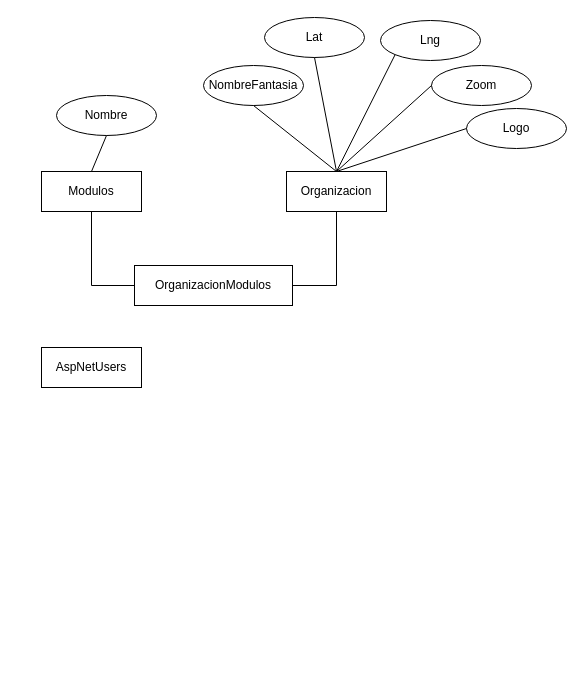
Above: Diagrama sin título.drawio in notariopablomarcelo/agata (draw.io), before the change. Source tidied: cells renumbered, new cells numbered last; positions are measured from the earlier drawing's top-left corner, leaving out a move shared by most shapes. Both pictures are drawn from the tidied source at 100%, with x=0, y=0 at pixel (41, 17).
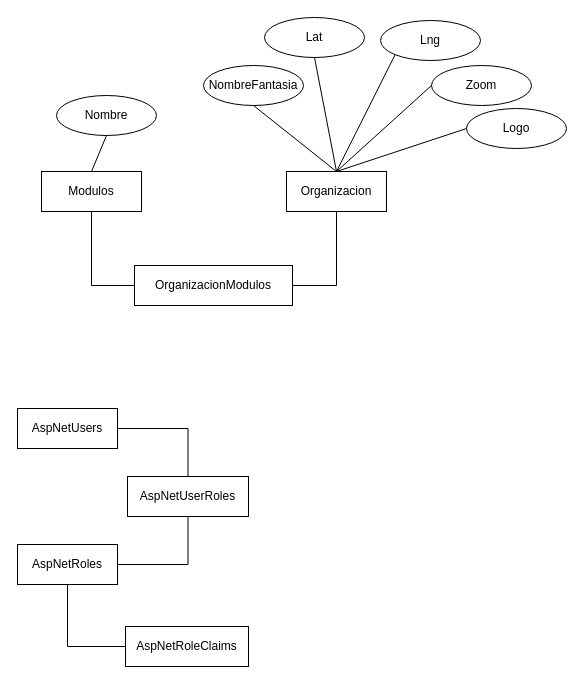
Above is the later version.

What changed in the source:
```diff
@@
     <mxCell id="16" value="AspNetUsers" style="whiteSpace=wrap;html=1;align=center;" parent="1" vertex="1">
-      <mxGeometry y="330" width="100" height="40" as="geometry" />
+      <mxGeometry x="-24" y="391" width="100" height="40" as="geometry" />
     </mxCell>
@@
+    <mxCell id="20" value="AspNetRoles" style="whiteSpace=wrap;html=1;align=center;" parent="1" vertex="1">
+      <mxGeometry x="-24" y="527" width="100" height="40" as="geometry" />
+    </mxCell>
+    <mxCell id="21" value="AspNetUserRoles" style="whiteSpace=wrap;html=1;align=center;" parent="1" vertex="1">
+      <mxGeometry x="86" y="459" width="121" height="40" as="geometry" />
+    </mxCell>
+    <mxCell id="22" value="AspNetRoleClaims" style="whiteSpace=wrap;html=1;align=center;" parent="1" vertex="1">
+      <mxGeometry x="84" y="609" width="123" height="40" as="geometry" />
+    </mxCell>
+    <mxCell id="23" style="endArrow=none;html=1;rounded=0;exitX=0.5;exitY=0;exitDx=0;exitDy=0;entryX=1;entryY=0.5;entryDx=0;entryDy=0;edgeStyle=orthogonalEdgeStyle;" parent="1" edge="1" source="21" target="16">
+      <mxGeometry relative="1" as="geometry" />
+    </mxCell>
+    <mxCell id="24" style="endArrow=none;html=1;rounded=0;exitX=1;exitY=0.5;exitDx=0;exitDy=0;entryX=0.5;entryY=1;entryDx=0;entryDy=0;edgeStyle=orthogonalEdgeStyle;" parent="1" edge="1" source="20" target="21">
+      <mxGeometry relative="1" as="geometry" />
+    </mxCell>
+    <mxCell id="25" style="endArrow=none;html=1;rounded=0;exitX=0.5;exitY=1;exitDx=0;exitDy=0;entryX=0;entryY=0.5;entryDx=0;entryDy=0;edgeStyle=orthogonalEdgeStyle;" parent="1" edge="1" source="20" target="22">
+      <mxGeometry relative="1" as="geometry" />
+    </mxCell>
```
